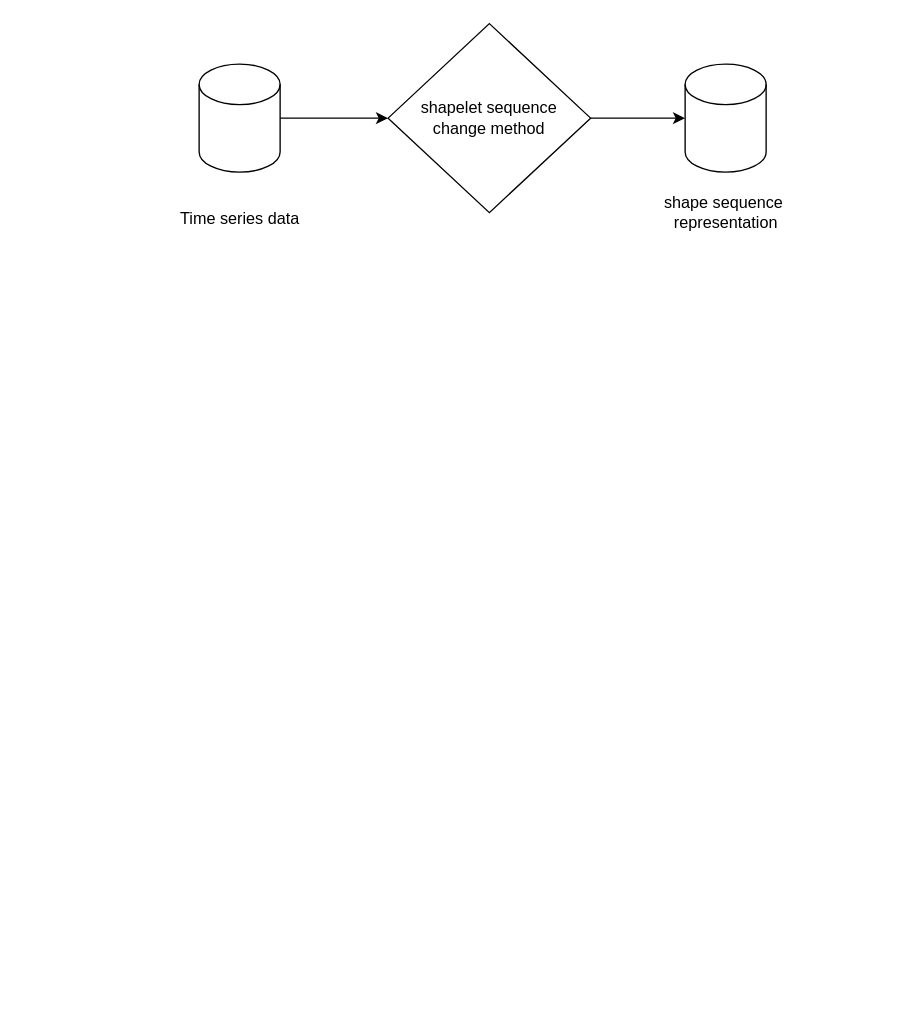
Earlier version of the draw.io diagram 未命名绘图.drawio (roleecorn/drawio). Source tidied: cells renumbered, new cells numbered last; positions are measured from the earlier drawing's top-left corner, leaving out a move shared by most shapes. Both pictures are drawn from the tidied source at 135%, with x=0, y=0 at pixel (165, 23).
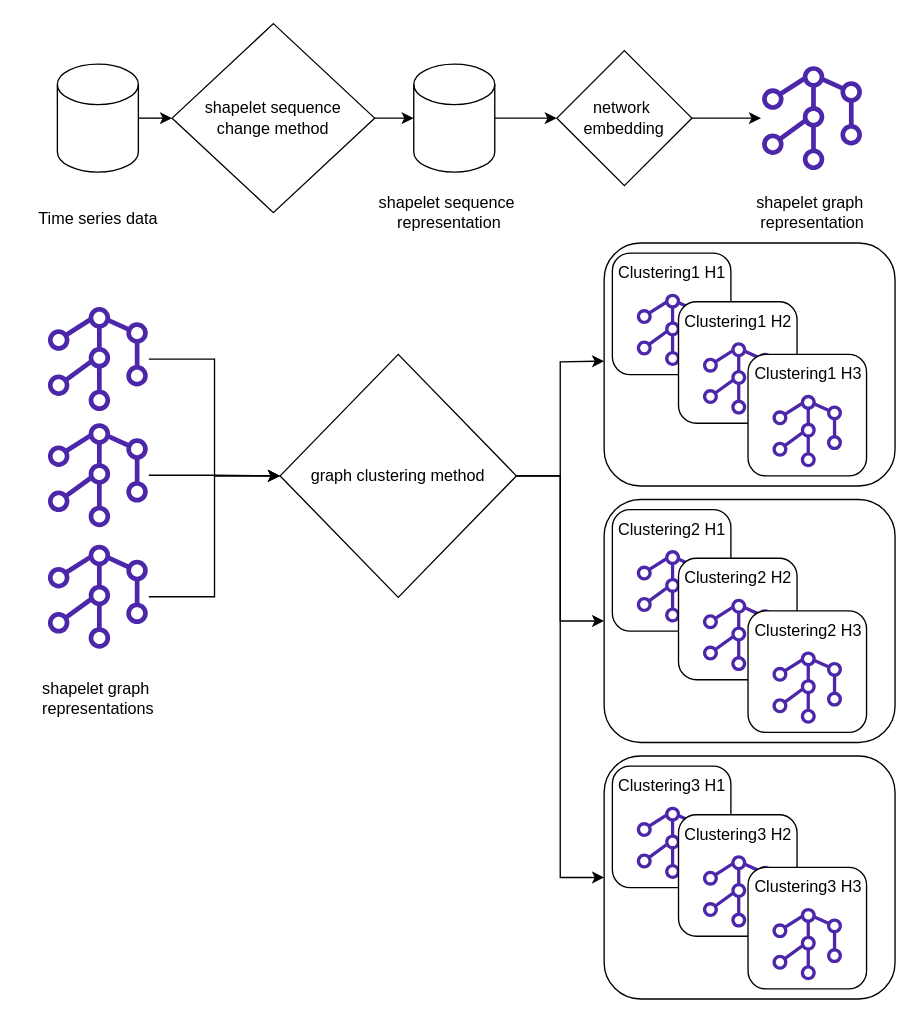
Above is the later version.

Commit message:
graph clustering

What changed in the source:
```diff
@@
     <mxCell id="3" style="shape=cylinder3;whiteSpace=wrap;html=1;boundedLbl=1;backgroundOutline=1;size=15;" parent="1" vertex="1">
-      <mxGeometry x="25" y="30" width="60" height="80" as="geometry" />
+      <mxGeometry x="-80" y="30" width="60" height="80" as="geometry" />
     </mxCell>
     <mxCell id="4" value="Time series data" style="text;html=1;align=center;verticalAlign=middle;strokeColor=none;fillColor=none;" parent="1" vertex="1">
-      <mxGeometry y="130" width="110" height="30" as="geometry" />
+      <mxGeometry x="-105" y="130" width="110" height="30" as="geometry" />
     </mxCell>
@@
     <mxCell id="6" value="shapelet sequence&lt;br style=&quot;border-color: var(--border-color);&quot;&gt;&lt;span style=&quot;&quot;&gt;change method&lt;/span&gt;" style="rhombus;whiteSpace=wrap;html=1;" parent="1" vertex="1">
-      <mxGeometry x="165" width="150" height="140" as="geometry" />
+      <mxGeometry x="5" width="150" height="140" as="geometry" />
     </mxCell>
+    <mxCell id="9" style="edgeStyle=orthogonalEdgeStyle;rounded=0;jettySize=auto;html=1;exitX=1;exitY=0.5;exitDx=0;exitDy=0;exitPerimeter=0;entryX=0;entryY=0.5;entryDx=0;entryDy=0;" parent="1" edge="1" source="7" target="12">
+      <mxGeometry relative="1" as="geometry" />
+    </mxCell>
     <mxCell id="7" style="shape=cylinder3;whiteSpace=wrap;html=1;boundedLbl=1;backgroundOutline=1;size=15;" parent="1" vertex="1">
-      <mxGeometry x="385" y="30" width="60" height="80" as="geometry" />
+      <mxGeometry x="184" y="30" width="60" height="80" as="geometry" />
     </mxCell>
-    <mxCell id="8" value="shape sequence&amp;nbsp;&lt;br&gt;representation" style="text;html=1;align=center;verticalAlign=middle;strokeColor=none;fillColor=none;" parent="1" vertex="1">
-      <mxGeometry x="360" y="120" width="110" height="40" as="geometry" />
+    <mxCell id="8" value="shapelet sequence&amp;nbsp;&lt;br&gt;representation" style="text;html=1;align=center;verticalAlign=middle;strokeColor=none;fillColor=none;" parent="1" vertex="1">
+      <mxGeometry x="145" y="120" width="130" height="40" as="geometry" />
     </mxCell>
+    <mxCell id="10" style="sketch=0;outlineConnect=0;fontColor=#232F3E;gradientColor=none;fillColor=#4D27AA;strokeColor=none;dashed=0;verticalLabelPosition=bottom;verticalAlign=top;align=center;html=1;fontSize=12;fontStyle=0;shape=mxgraph.aws4.mesh;direction=west;" parent="1" vertex="1">
+      <mxGeometry x="440" y="31.5" width="78" height="77" as="geometry" />
+    </mxCell>
+    <mxCell id="11" style="edgeStyle=orthogonalEdgeStyle;rounded=0;jettySize=auto;html=1;exitX=1;exitY=0.5;exitDx=0;exitDy=0;" parent="1" edge="1" source="12" target="10">
+      <mxGeometry relative="1" as="geometry" />
+    </mxCell>
+    <mxCell id="12" value="network&amp;nbsp;&lt;br&gt;embedding" style="rhombus;whiteSpace=wrap;html=1;" parent="1" vertex="1">
+      <mxGeometry x="290" y="20" width="100" height="100" as="geometry" />
+    </mxCell>
+    <mxCell id="13" value="shapelet graph&amp;nbsp;&lt;br&gt;representation" style="text;html=1;align=center;verticalAlign=middle;strokeColor=none;fillColor=none;" parent="1" vertex="1">
+      <mxGeometry x="424" y="120" width="110" height="40" as="geometry" />
+    </mxCell>
+    <mxCell id="14" style="edgeStyle=orthogonalEdgeStyle;rounded=0;jettySize=auto;html=1;entryX=0;entryY=0.5;entryDx=0;entryDy=0;" parent="1" edge="1" source="15" target="24">
+      <mxGeometry relative="1" as="geometry" />
+    </mxCell>
+    <mxCell id="15" style="sketch=0;outlineConnect=0;fontColor=#232F3E;gradientColor=none;fillColor=#4D27AA;strokeColor=none;dashed=0;verticalLabelPosition=bottom;verticalAlign=top;align=center;html=1;fontSize=12;fontStyle=0;shape=mxgraph.aws4.mesh;direction=west;" parent="1" vertex="1">
+      <mxGeometry x="-89" y="210" width="78" height="77" as="geometry" />
+    </mxCell>
+    <mxCell id="16" value="shapelet graph&amp;nbsp;&lt;br&gt;representations" style="text;html=1;align=center;verticalAlign=middle;strokeColor=none;fillColor=none;" parent="1" vertex="1">
+      <mxGeometry x="-105" y="480" width="110" height="40" as="geometry" />
+    </mxCell>
+    <mxCell id="17" style="edgeStyle=orthogonalEdgeStyle;rounded=0;jettySize=auto;html=1;entryX=0;entryY=0.5;entryDx=0;entryDy=0;" parent="1" edge="1" source="18" target="24">
+      <mxGeometry relative="1" as="geometry" />
+    </mxCell>
+    <mxCell id="18" style="sketch=0;outlineConnect=0;fontColor=#232F3E;gradientColor=none;fillColor=#4D27AA;strokeColor=none;dashed=0;verticalLabelPosition=bottom;verticalAlign=top;align=center;html=1;fontSize=12;fontStyle=0;shape=mxgraph.aws4.mesh;direction=west;" parent="1" vertex="1">
+      <mxGeometry x="-89" y="296" width="78" height="77" as="geometry" />
+    </mxCell>
+    <mxCell id="19" style="edgeStyle=orthogonalEdgeStyle;rounded=0;jettySize=auto;html=1;entryX=0;entryY=0.5;entryDx=0;entryDy=0;" parent="1" edge="1" source="20" target="24">
+      <mxGeometry relative="1" as="geometry" />
+    </mxCell>
+    <mxCell id="20" style="sketch=0;outlineConnect=0;fontColor=#232F3E;gradientColor=none;fillColor=#4D27AA;strokeColor=none;dashed=0;verticalLabelPosition=bottom;verticalAlign=top;align=center;html=1;fontSize=12;fontStyle=0;shape=mxgraph.aws4.mesh;direction=west;" parent="1" vertex="1">
+      <mxGeometry x="-89" y="386" width="78" height="77" as="geometry" />
+    </mxCell>
+    <mxCell id="21" style="edgeStyle=orthogonalEdgeStyle;rounded=0;jettySize=auto;html=1;exitX=1;exitY=0.5;exitDx=0;exitDy=0;" parent="1" edge="1" source="24">
+      <mxGeometry relative="1" as="geometry">
+        <mxPoint x="325" y="250" as="targetPoint" />
+      </mxGeometry>
+    </mxCell>
+    <mxCell id="22" style="edgeStyle=orthogonalEdgeStyle;rounded=0;jettySize=auto;html=1;exitX=1;exitY=0.5;exitDx=0;exitDy=0;entryX=0;entryY=0.5;entryDx=0;entryDy=0;" parent="1" edge="1" source="24" target="41">
+      <mxGeometry relative="1" as="geometry" />
+    </mxCell>
+    <mxCell id="23" style="edgeStyle=orthogonalEdgeStyle;rounded=0;jettySize=auto;html=1;exitX=1;exitY=0.5;exitDx=0;exitDy=0;entryX=0;entryY=0.5;entryDx=0;entryDy=0;" parent="1" edge="1" source="24" target="55">
+      <mxGeometry relative="1" as="geometry" />
+    </mxCell>
+    <mxCell id="24" value="graph clustering method" style="rhombus;whiteSpace=wrap;html=1;" parent="1" vertex="1">
+      <mxGeometry x="85" y="245" width="175" height="180" as="geometry" />
+    </mxCell>
+    <mxCell id="25" style="group;" parent="1" vertex="1">
+      <mxGeometry x="325" y="170" width="215.5" height="552.5" as="geometry" />
+    </mxCell>
+    <mxCell id="26" style="group;" parent="25" vertex="1">
+      <mxGeometry width="215.5" height="172.5" as="geometry" />
+    </mxCell>
+    <mxCell id="27" style="rounded=1;whiteSpace=wrap;html=1;fillColor=none;" parent="26" vertex="1">
+      <mxGeometry y="-7.5" width="215.5" height="180" as="geometry" />
+    </mxCell>
+    <mxCell id="28" style="group;" parent="26" vertex="1">
+      <mxGeometry width="100" height="90" as="geometry" />
+    </mxCell>
+    <mxCell id="29" style="rounded=1;whiteSpace=wrap;html=1;fillColor=default;" parent="28" vertex="1">
+      <mxGeometry x="6.1" width="87.8" height="90" as="geometry" />
+    </mxCell>
+    <mxCell id="30" style="sketch=0;fontColor=#232F3E;gradientColor=none;fillColor=#4D27AA;strokeColor=none;dashed=0;verticalLabelPosition=bottom;verticalAlign=top;align=center;html=1;fontSize=12;fontStyle=0;shape=mxgraph.aws4.mesh;direction=west;" parent="28" vertex="1">
+      <mxGeometry x="22.8" y="30" width="54.3" height="53.6" as="geometry" />
+    </mxCell>
+    <mxCell id="31" value="Clustering1 H1" style="text;html=1;align=center;verticalAlign=middle;strokeColor=none;fillColor=none;" parent="28" vertex="1">
+      <mxGeometry width="100" height="30" as="geometry" />
+    </mxCell>
+    <mxCell id="32" style="group;" parent="26" vertex="1">
+      <mxGeometry x="49" y="36" width="100" height="90" as="geometry" />
+    </mxCell>
+    <mxCell id="33" style="rounded=1;whiteSpace=wrap;html=1;fillColor=default;" parent="32" vertex="1">
+      <mxGeometry x="6.1" width="87.8" height="90" as="geometry" />
+    </mxCell>
+    <mxCell id="34" style="sketch=0;fontColor=#232F3E;gradientColor=none;fillColor=#4D27AA;strokeColor=none;dashed=0;verticalLabelPosition=bottom;verticalAlign=top;align=center;html=1;fontSize=12;fontStyle=0;shape=mxgraph.aws4.mesh;direction=west;" parent="32" vertex="1">
+      <mxGeometry x="22.8" y="30" width="54.3" height="53.6" as="geometry" />
+    </mxCell>
+    <mxCell id="35" value="Clustering1 H2" style="text;html=1;align=center;verticalAlign=middle;strokeColor=none;fillColor=none;" parent="32" vertex="1">
+      <mxGeometry width="100" height="30" as="geometry" />
+    </mxCell>
+    <mxCell id="36" style="group;" parent="26" vertex="1">
+      <mxGeometry x="100.5" y="75" width="100" height="90" as="geometry" />
+    </mxCell>
+    <mxCell id="37" style="rounded=1;whiteSpace=wrap;html=1;fillColor=default;" parent="36" vertex="1">
+      <mxGeometry x="6.1" width="87.8" height="90" as="geometry" />
+    </mxCell>
+    <mxCell id="38" style="sketch=0;fontColor=#232F3E;gradientColor=none;fillColor=#4D27AA;strokeColor=none;dashed=0;verticalLabelPosition=bottom;verticalAlign=top;align=center;html=1;fontSize=12;fontStyle=0;shape=mxgraph.aws4.mesh;direction=west;" parent="36" vertex="1">
+      <mxGeometry x="22.8" y="30" width="54.3" height="53.6" as="geometry" />
+    </mxCell>
+    <mxCell id="39" value="Clustering1 H3" style="text;html=1;align=center;verticalAlign=middle;strokeColor=none;fillColor=none;" parent="36" vertex="1">
+      <mxGeometry width="100" height="30" as="geometry" />
+    </mxCell>
+    <mxCell id="40" style="group;" parent="25" vertex="1">
+      <mxGeometry y="190" width="215.5" height="172.5" as="geometry" />
+    </mxCell>
+    <mxCell id="41" style="rounded=1;whiteSpace=wrap;html=1;fillColor=none;" parent="40" vertex="1">
+      <mxGeometry y="-7.5" width="215.5" height="180" as="geometry" />
+    </mxCell>
+    <mxCell id="42" style="group;" parent="40" vertex="1">
+      <mxGeometry width="100" height="90" as="geometry" />
+    </mxCell>
+    <mxCell id="43" style="rounded=1;whiteSpace=wrap;html=1;fillColor=default;" parent="42" vertex="1">
+      <mxGeometry x="6.1" width="87.8" height="90" as="geometry" />
+    </mxCell>
+    <mxCell id="44" style="sketch=0;fontColor=#232F3E;gradientColor=none;fillColor=#4D27AA;strokeColor=none;dashed=0;verticalLabelPosition=bottom;verticalAlign=top;align=center;html=1;fontSize=12;fontStyle=0;shape=mxgraph.aws4.mesh;direction=west;" parent="42" vertex="1">
+      <mxGeometry x="22.8" y="30" width="54.3" height="53.6" as="geometry" />
+    </mxCell>
+    <mxCell id="45" value="Clustering2 H1" style="text;html=1;align=center;verticalAlign=middle;strokeColor=none;fillColor=none;" parent="42" vertex="1">
+      <mxGeometry width="100" height="30" as="geometry" />
+    </mxCell>
+    <mxCell id="46" style="group;" parent="40" vertex="1">
+      <mxGeometry x="49" y="36" width="100" height="90" as="geometry" />
+    </mxCell>
+    <mxCell id="47" style="rounded=1;whiteSpace=wrap;html=1;fillColor=default;" parent="46" vertex="1">
+      <mxGeometry x="6.1" width="87.8" height="90" as="geometry" />
+    </mxCell>
+    <mxCell id="48" style="sketch=0;fontColor=#232F3E;gradientColor=none;fillColor=#4D27AA;strokeColor=none;dashed=0;verticalLabelPosition=bottom;verticalAlign=top;align=center;html=1;fontSize=12;fontStyle=0;shape=mxgraph.aws4.mesh;direction=west;" parent="46" vertex="1">
+      <mxGeometry x="22.8" y="30" width="54.3" height="53.6" as="geometry" />
+    </mxCell>
+    <mxCell id="49" value="Clustering2 H2" style="text;html=1;align=center;verticalAlign=middle;strokeColor=none;fillColor=none;" parent="46" vertex="1">
+      <mxGeometry width="100" height="30" as="geometry" />
+    </mxCell>
+    <mxCell id="50" style="group;" parent="40" vertex="1">
+      <mxGeometry x="100.5" y="75" width="100" height="90" as="geometry" />
+    </mxCell>
+    <mxCell id="51" style="rounded=1;whiteSpace=wrap;html=1;fillColor=default;" parent="50" vertex="1">
+      <mxGeometry x="6.1" width="87.8" height="90" as="geometry" />
+    </mxCell>
+    <mxCell id="52" style="sketch=0;fontColor=#232F3E;gradientColor=none;fillColor=#4D27AA;strokeColor=none;dashed=0;verticalLabelPosition=bottom;verticalAlign=top;align=center;html=1;fontSize=12;fontStyle=0;shape=mxgraph.aws4.mesh;direction=west;" parent="50" vertex="1">
+      <mxGeometry x="22.8" y="30" width="54.3" height="53.6" as="geometry" />
+    </mxCell>
+    <mxCell id="53" value="Clustering2 H3" style="text;html=1;align=center;verticalAlign=middle;strokeColor=none;fillColor=none;" parent="50" vertex="1">
+      <mxGeometry width="100" height="30" as="geometry" />
+    </mxCell>
+    <mxCell id="54" style="group;" parent="25" vertex="1">
+      <mxGeometry y="380" width="215.5" height="172.5" as="geometry" />
+    </mxCell>
+    <mxCell id="55" style="rounded=1;whiteSpace=wrap;html=1;fillColor=none;" parent="54" vertex="1">
+      <mxGeometry y="-7.5" width="215.5" height="180" as="geometry" />
+    </mxCell>
+    <mxCell id="56" style="group;" parent="54" vertex="1">
+      <mxGeometry width="100" height="90" as="geometry" />
+    </mxCell>
+    <mxCell id="57" style="rounded=1;whiteSpace=wrap;html=1;fillColor=default;" parent="56" vertex="1">
+      <mxGeometry x="6.1" width="87.8" height="90" as="geometry" />
+    </mxCell>
+    <mxCell id="58" style="sketch=0;fontColor=#232F3E;gradientColor=none;fillColor=#4D27AA;strokeColor=none;dashed=0;verticalLabelPosition=bottom;verticalAlign=top;align=center;html=1;fontSize=12;fontStyle=0;shape=mxgraph.aws4.mesh;direction=west;" parent="56" vertex="1">
+      <mxGeometry x="22.8" y="30" width="54.3" height="53.6" as="geometry" />
+    </mxCell>
+    <mxCell id="59" value="Clustering3 H1" style="text;html=1;align=center;verticalAlign=middle;strokeColor=none;fillColor=none;" parent="56" vertex="1">
+      <mxGeometry width="100" height="30" as="geometry" />
+    </mxCell>
+    <mxCell id="60" style="group;" parent="54" vertex="1">
+      <mxGeometry x="49" y="36" width="100" height="90" as="geometry" />
+    </mxCell>
+    <mxCell id="61" style="rounded=1;whiteSpace=wrap;html=1;fillColor=default;" parent="60" vertex="1">
+      <mxGeometry x="6.1" width="87.8" height="90" as="geometry" />
+    </mxCell>
+    <mxCell id="62" style="sketch=0;fontColor=#232F3E;gradientColor=none;fillColor=#4D27AA;strokeColor=none;dashed=0;verticalLabelPosition=bottom;verticalAlign=top;align=center;html=1;fontSize=12;fontStyle=0;shape=mxgraph.aws4.mesh;direction=west;" parent="60" vertex="1">
+      <mxGeometry x="22.8" y="30" width="54.3" height="53.6" as="geometry" />
+    </mxCell>
+    <mxCell id="63" value="Clustering3 H2" style="text;html=1;align=center;verticalAlign=middle;strokeColor=none;fillColor=none;" parent="60" vertex="1">
+      <mxGeometry width="100" height="30" as="geometry" />
+    </mxCell>
+    <mxCell id="64" style="group;" parent="54" vertex="1">
+      <mxGeometry x="100.5" y="75" width="100" height="90" as="geometry" />
+    </mxCell>
+    <mxCell id="65" style="rounded=1;whiteSpace=wrap;html=1;fillColor=default;" parent="64" vertex="1">
+      <mxGeometry x="6.1" width="87.8" height="90" as="geometry" />
+    </mxCell>
+    <mxCell id="66" style="sketch=0;fontColor=#232F3E;gradientColor=none;fillColor=#4D27AA;strokeColor=none;dashed=0;verticalLabelPosition=bottom;verticalAlign=top;align=center;html=1;fontSize=12;fontStyle=0;shape=mxgraph.aws4.mesh;direction=west;" parent="64" vertex="1">
+      <mxGeometry x="22.8" y="30" width="54.3" height="53.6" as="geometry" />
+    </mxCell>
+    <mxCell id="67" value="Clustering3 H3" style="text;html=1;align=center;verticalAlign=middle;strokeColor=none;fillColor=none;" parent="64" vertex="1">
+      <mxGeometry width="100" height="30" as="geometry" />
+    </mxCell>
```
